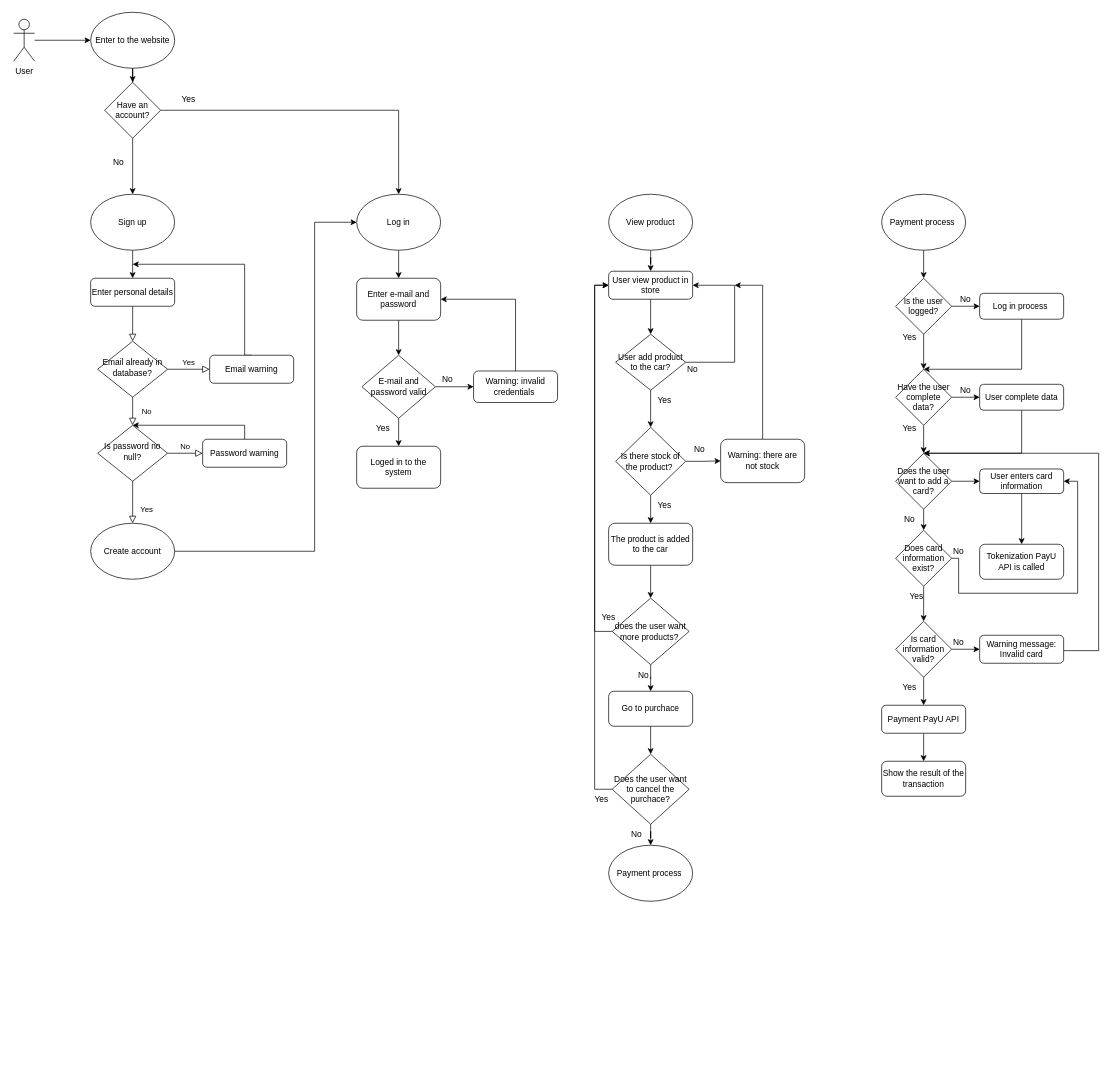
Above: Diagrama sin título.drawio in psmedinadi22/Prototype-PayU (draw.io), before the change. Source tidied: cells renumbered, new cells numbered last; positions are measured from the earlier drawing's top-left corner, leaving out a move shared by most shapes. Both pictures are drawn from the tidied source at 70%, with x=0, y=0 at pixel (13, 12).
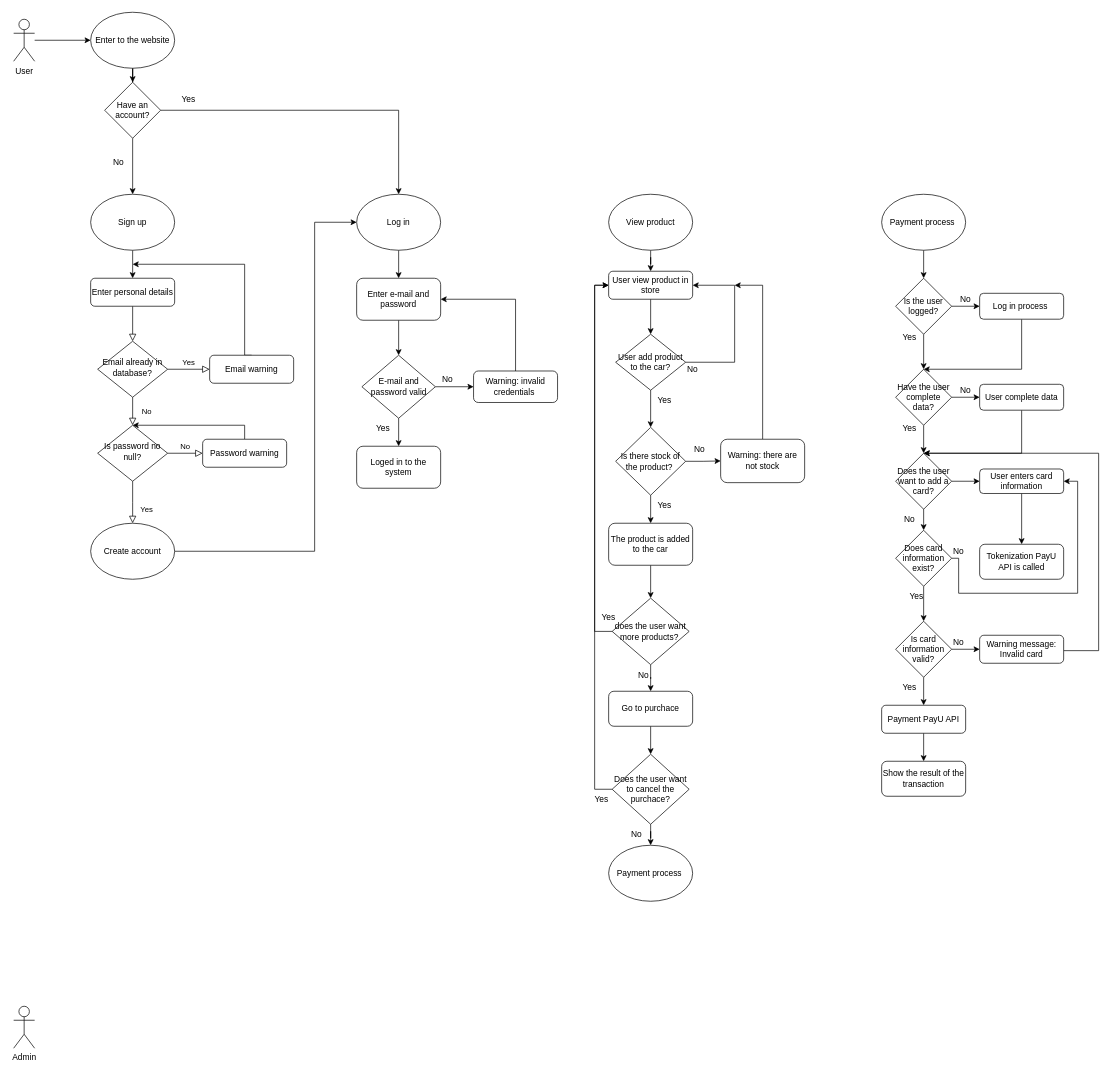
The same diagram, later.

The edit, as a diff of the source:
```diff
@@
+    <mxCell id="109" value="Admin" style="shape=umlActor;verticalLabelPosition=bottom;verticalAlign=top;html=1;" parent="1" vertex="1">
+      <mxGeometry y="1420" width="30" height="60" as="geometry" />
+    </mxCell>
```
